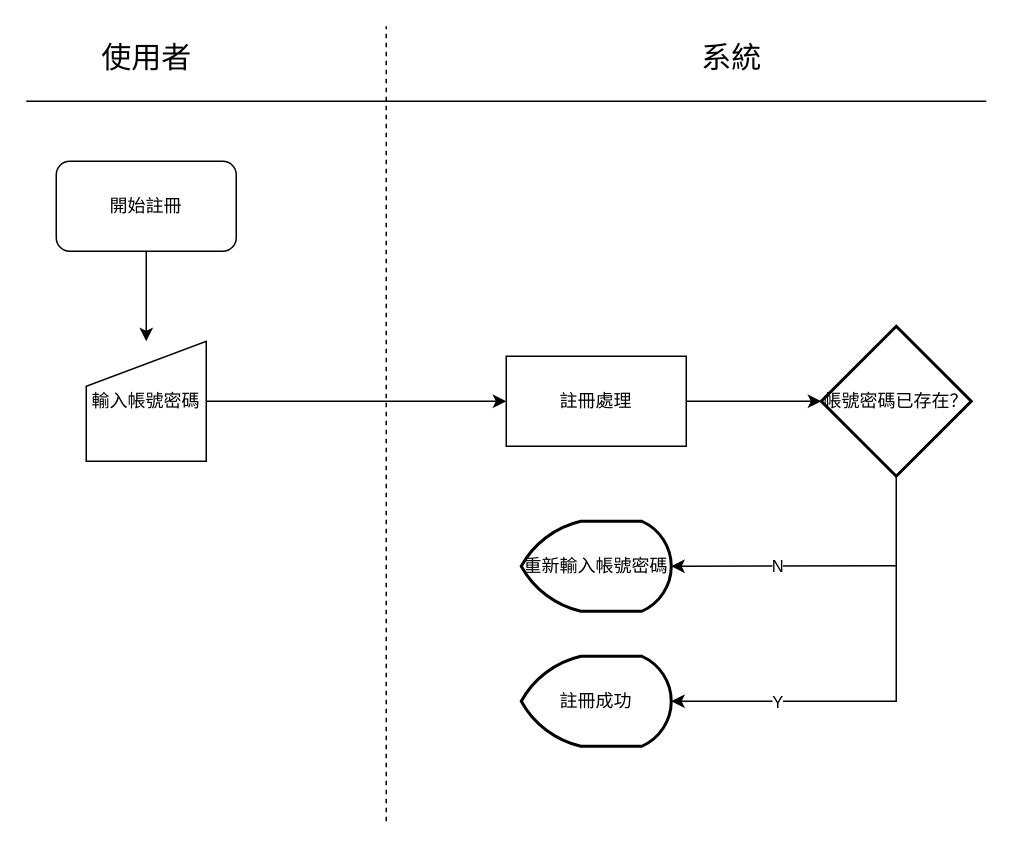
This is 流程圖/原檔/註冊.drawio from TYChicode/deepbowl, a draw.io file, before an edit. Source tidied: cells renumbered, new cells numbered last; positions are measured from the earlier drawing's top-left corner, leaving out a move shared by most shapes. Both pictures are drawn from the tidied source at 150%, with x=0, y=0 at pixel (26, 26).
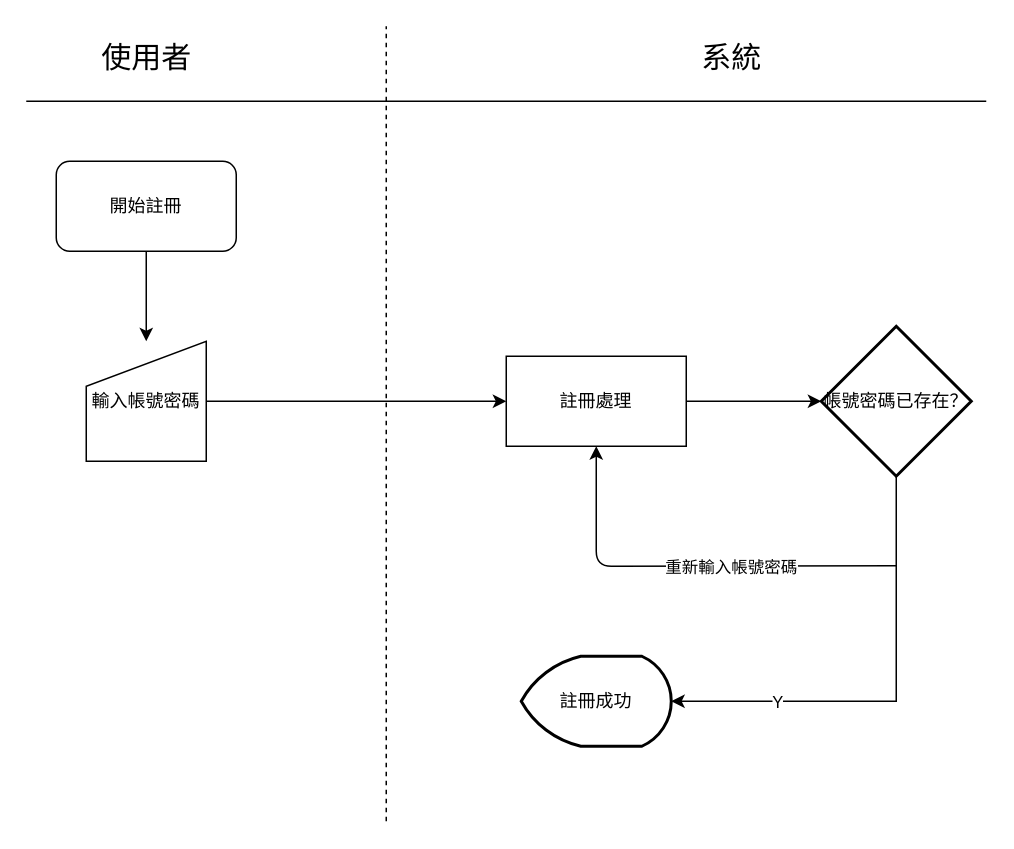
After the change.

The change refers to these unchanged cells:
```xml
<mxCell id="10" value="註冊處理" style="rounded=0;whiteSpace=wrap;html=1;" parent="1" vertex="1">
  <mxGeometry x="320" y="220" width="120" height="60" as="geometry" />
</mxCell>
```

The edit, as a diff of the source:
```diff
@@
-    <mxCell id="14" value="重新輸入帳號密碼" style="strokeWidth=2;html=1;shape=mxgraph.flowchart.display;whiteSpace=wrap;" parent="1" vertex="1">
-      <mxGeometry x="330" y="330" width="100" height="60" as="geometry" />
-    </mxCell>
@@
-    <mxCell id="16" style="endArrow=classic;html=1;entryX=1;entryY=0.5;entryDx=0;entryDy=0;entryPerimeter=0;" parent="1" edge="1" target="14">
+    <mxCell id="16" style="endArrow=classic;html=1;entryX=0.5;entryY=1;entryDx=0;entryDy=0;" parent="1" edge="1" target="10">
       <mxGeometry relative="1" as="geometry">
         <mxPoint x="580" y="359.6" as="sourcePoint" />
+        <Array as="points">
+          <mxPoint x="380" y="360" />
+        </Array>
       </mxGeometry>
     </mxCell>
-    <mxCell id="17" value="N" style="edgeLabel;html=1;align=center;verticalAlign=middle;" parent="16" vertex="1">
+    <mxCell id="17" value="重新輸入帳號密碼" style="edgeLabel;html=1;align=center;verticalAlign=middle;" parent="16" vertex="1">
       <mxGeometry x="-0.17" y="-1" relative="1" as="geometry">
-        <mxPoint x="-17.5" y="1.2" as="offset" />
+        <mxPoint x="6" y="1.2" as="offset" />
       </mxGeometry>
     </mxCell>
```
